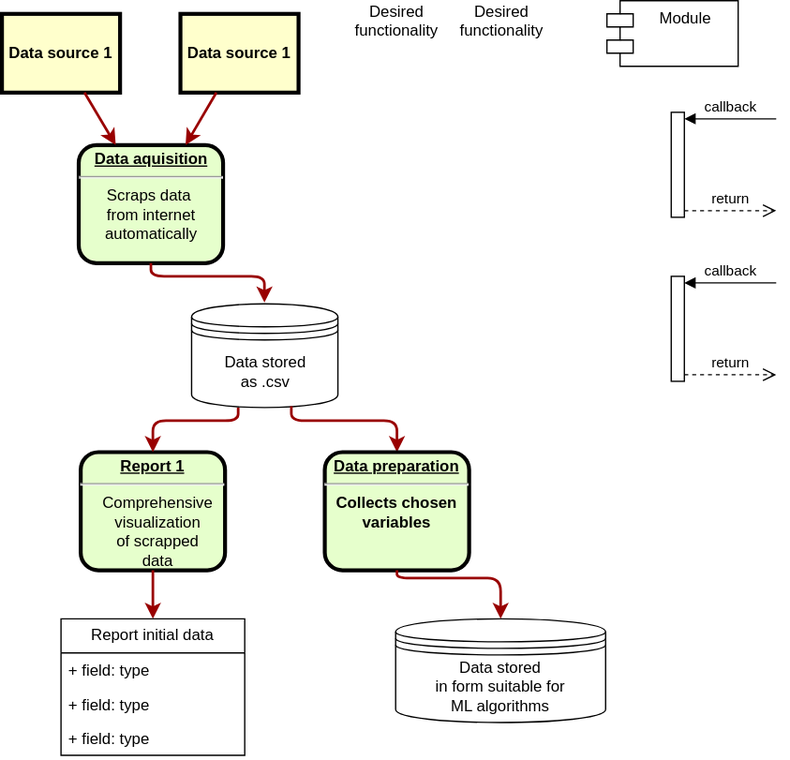
The draw.io diagram readme/Kopia Diagram bez tytułu.drawio.svg in KKobuszewski/aluminium-prediction, before a commit. Source tidied: cells renumbered, new cells last; positions are measured from the earlier drawing's top-left corner, leaving out a move shared by most shapes.
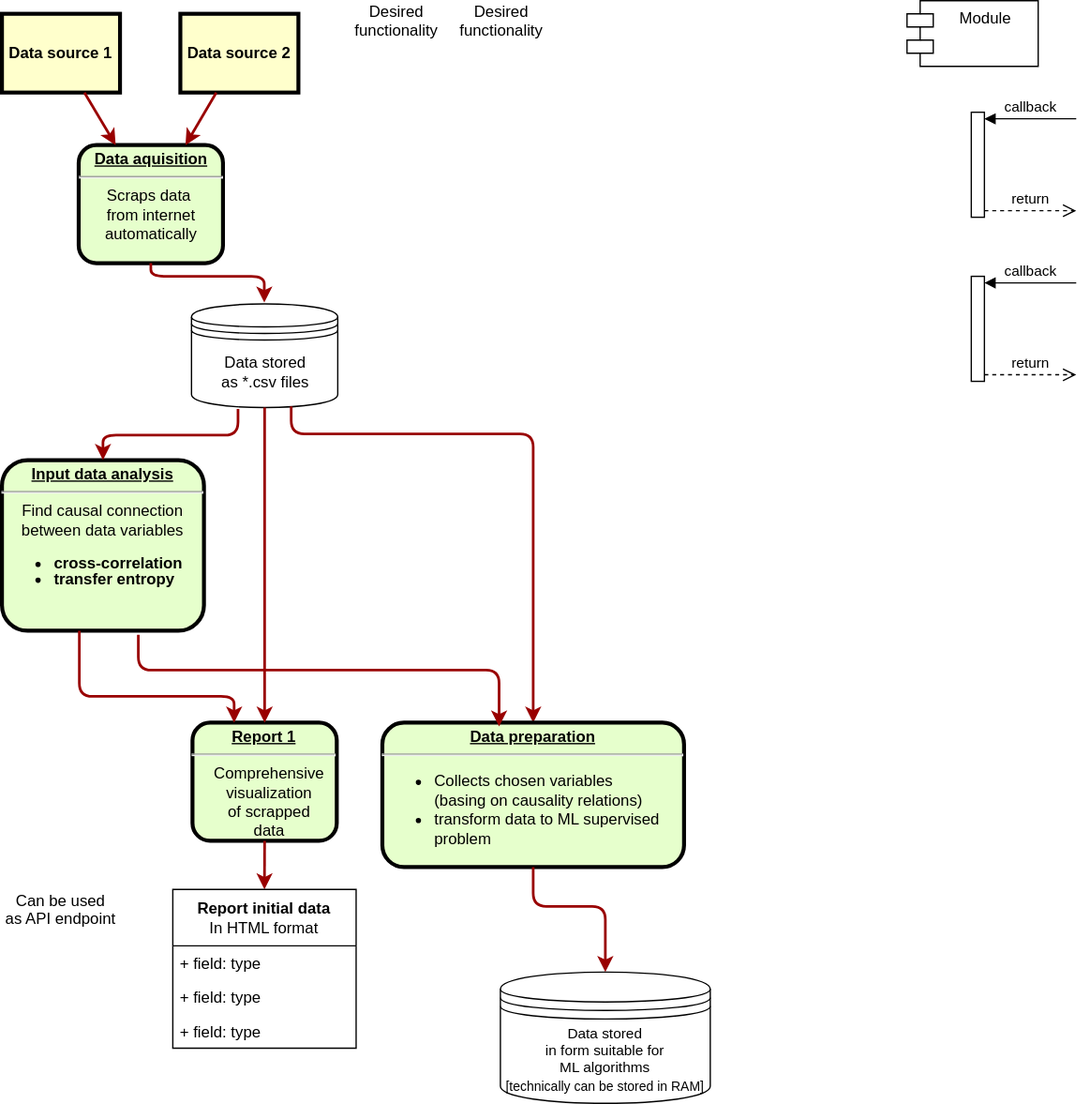
After the change.

The edit, as a diff of the source:
```diff
@@ -5,14 +5,14 @@
     <mxCell id="2" value="&lt;p style=&quot;margin: 0px; margin-top: 4px; text-align: center; text-decoration: underline;&quot;&gt;&lt;strong&gt;Data aquisition&lt;br&gt;&lt;/strong&gt;&lt;/p&gt;&lt;hr&gt;&lt;div&gt;&lt;span style=&quot;font-weight: normal;&quot;&gt;Scraps data&amp;nbsp;&lt;/span&gt;&lt;/div&gt;&lt;div&gt;&lt;span style=&quot;font-weight: normal;&quot;&gt;from internet&lt;/span&gt;&lt;/div&gt;&lt;div&gt;&lt;span style=&quot;font-weight: normal;&quot;&gt;automatically&lt;/span&gt;&lt;/div&gt;" style="verticalAlign=middle;align=center;overflow=fill;fontSize=12;fontFamily=Helvetica;html=1;rounded=1;fontStyle=1;strokeWidth=3;fillColor=#E6FFCC;" parent="1" vertex="1">
       <mxGeometry x="58.5" y="110" width="110" height="90" as="geometry" />
     </mxCell>
-    <mxCell id="3" value="Data source 1" style="whiteSpace=wrap;align=center;verticalAlign=middle;fontStyle=1;strokeWidth=3;fillColor=#FFFFCC;" parent="1" vertex="1">
+    <mxCell id="3" value="Data source 2" style="whiteSpace=wrap;align=center;verticalAlign=middle;fontStyle=1;strokeWidth=3;fillColor=#FFFFCC;" parent="1" vertex="1">
       <mxGeometry x="136" y="10" width="90" height="60" as="geometry" />
     </mxCell>
     <mxCell id="4" value="Data source 1" style="whiteSpace=wrap;align=center;verticalAlign=middle;fontStyle=1;strokeWidth=3;fillColor=#FFFFCC;" parent="1" vertex="1">
       <mxGeometry y="10" width="90" height="60" as="geometry" />
     </mxCell>
     <mxCell id="5" value="&lt;p style=&quot;margin: 0px; margin-top: 4px; text-align: center; text-decoration: underline;&quot;&gt;&lt;strong&gt;Report 1&lt;br&gt;&lt;/strong&gt;&lt;/p&gt;&lt;hr&gt;&lt;p style=&quot;margin: 0px; margin-left: 8px;&quot;&gt;&lt;span style=&quot;font-weight: normal;&quot;&gt;Comprehensive&lt;/span&gt;&lt;/p&gt;&lt;p style=&quot;margin: 0px; margin-left: 8px;&quot;&gt;&lt;span style=&quot;font-weight: normal;&quot;&gt;visualization&lt;/span&gt;&lt;/p&gt;&lt;p style=&quot;margin: 0px; margin-left: 8px;&quot;&gt;&lt;span style=&quot;font-weight: normal;&quot;&gt;of scrapped&lt;/span&gt;&lt;/p&gt;&lt;p style=&quot;margin: 0px; margin-left: 8px;&quot;&gt;&lt;span style=&quot;font-weight: normal;&quot;&gt;data&lt;/span&gt;&lt;br&gt;&lt;/p&gt;" style="verticalAlign=middle;align=center;overflow=fill;fontSize=12;fontFamily=Helvetica;html=1;rounded=1;fontStyle=1;strokeWidth=3;fillColor=#E6FFCC;" parent="1" vertex="1">
-      <mxGeometry x="60" y="344" width="110" height="90" as="geometry" />
+      <mxGeometry x="145.2" y="550" width="110" height="90" as="geometry" />
     </mxCell>
     <mxCell id="6" style="edgeStyle=none;noEdgeStyle=1;strokeColor=#990000;strokeWidth=2;" parent="1" edge="1" source="3" target="2">
       <mxGeometry relative="1" as="geometry" />
@@ -35,22 +35,22 @@
       </mxGeometry>
     </mxCell>
     <mxCell id="11" value="Module" style="shape=module;align=left;spacingLeft=20;align=center;verticalAlign=top;whiteSpace=wrap;html=1;" parent="1" vertex="1">
-      <mxGeometry x="461" width="100" height="50" as="geometry" />
+      <mxGeometry x="690" width="100" height="50" as="geometry" />
     </mxCell>
     <mxCell id="12" style="html=1;points=[[0,0,0,0,5],[0,1,0,0,-5],[1,0,0,0,5],[1,1,0,0,-5]];perimeter=orthogonalPerimeter;outlineConnect=0;targetShapes=umlLifeline;portConstraint=eastwest;newEdgeStyle={&quot;curved&quot;:0,&quot;rounded&quot;:0};" parent="1" vertex="1">
-      <mxGeometry x="510" y="85" width="10" height="80" as="geometry" />
+      <mxGeometry x="739" y="85" width="10" height="80" as="geometry" />
     </mxCell>
     <mxCell id="13" value="callback" style="html=1;verticalAlign=bottom;endArrow=block;curved=0;rounded=0;entryX=1;entryY=0;entryDx=0;entryDy=5;" parent="1" edge="1" target="12">
       <mxGeometry relative="1" as="geometry">
-        <mxPoint x="590" y="90" as="sourcePoint" />
+        <mxPoint x="819" y="90" as="sourcePoint" />
       </mxGeometry>
     </mxCell>
     <mxCell id="14" value="return" style="html=1;verticalAlign=bottom;endArrow=open;dashed=1;endSize=8;curved=0;rounded=0;exitX=1;exitY=1;exitDx=0;exitDy=-5;" parent="1" edge="1" source="12">
       <mxGeometry relative="1" as="geometry">
-        <mxPoint x="590" y="160" as="targetPoint" />
+        <mxPoint x="819" y="160" as="targetPoint" />
       </mxGeometry>
     </mxCell>
-    <mxCell id="15" value="&lt;div&gt;Data stored&lt;/div&gt;&lt;div&gt;as .csv&lt;br&gt;&lt;/div&gt;" style="shape=datastore;whiteSpace=wrap;html=1;" parent="1" vertex="1">
+    <mxCell id="15" value="&lt;div&gt;Data stored&lt;/div&gt;&lt;div&gt;as *.csv files&lt;br&gt;&lt;/div&gt;" style="shape=datastore;whiteSpace=wrap;html=1;" parent="1" vertex="1">
       <mxGeometry x="144.5" y="231" width="111.5" height="79" as="geometry" />
     </mxCell>
     <mxCell id="16" style="edgeStyle=none;noEdgeStyle=1;strokeColor=#990000;strokeWidth=2;exitX=0.5;exitY=1;exitDx=0;exitDy=0;entryX=0.5;entryY=0;entryDx=0;entryDy=0;" parent="1" edge="1" source="5" target="18">
@@ -58,57 +58,81 @@
     </mxCell>
     <mxCell id="17" style="edgeStyle=elbowEdgeStyle;elbow=vertical;strokeColor=#990000;strokeWidth=2;entryX=0.5;entryY=0;entryDx=0;entryDy=0;" parent="1" edge="1" target="5">
       <mxGeometry relative="1" as="geometry">
-        <mxPoint x="180" y="310" as="sourcePoint" />
+        <mxPoint x="200.2" y="310" as="sourcePoint" />
         <Array as="points">
-          <mxPoint x="150" y="320" />
+          <mxPoint x="170.2" y="320" />
         </Array>
       </mxGeometry>
     </mxCell>
-    <mxCell id="18" value="Report initial data" style="swimlane;fontStyle=0;horizontal=1;startSize=26;fillColor=none;whiteSpace=wrap;html=1;" parent="1" vertex="1">
-      <mxGeometry x="45" y="471" width="140" height="104" as="geometry" />
+    <mxCell id="18" value="&lt;div&gt;&lt;b&gt;Report initial data&lt;/b&gt;&lt;br&gt;In HTML format&lt;br&gt;&lt;/div&gt;" style="swimlane;fontStyle=0;horizontal=1;startSize=43;fillColor=none;whiteSpace=wrap;html=1;" parent="1" vertex="1">
+      <mxGeometry x="130.2" y="677" width="139.8" height="121" as="geometry" />
     </mxCell>
     <mxCell id="19" value="+ field: type" style="text;strokeColor=none;fillColor=none;align=left;verticalAlign=top;spacingLeft=4;spacingRight=4;overflow=hidden;whiteSpace=wrap;html=1;" parent="18" vertex="1">
-      <mxGeometry y="26" width="140" height="26" as="geometry" />
+      <mxGeometry y="43" width="139.8" height="26" as="geometry" />
     </mxCell>
     <mxCell id="20" value="+ field: type" style="text;strokeColor=none;fillColor=none;align=left;verticalAlign=top;spacingLeft=4;spacingRight=4;overflow=hidden;whiteSpace=wrap;html=1;" parent="18" vertex="1">
-      <mxGeometry y="52" width="140" height="26" as="geometry" />
+      <mxGeometry y="69" width="139.8" height="26" as="geometry" />
     </mxCell>
     <mxCell id="21" value="+ field: type" style="text;strokeColor=none;fillColor=none;align=left;verticalAlign=top;spacingLeft=4;spacingRight=4;overflow=hidden;whiteSpace=wrap;html=1;" parent="18" vertex="1">
-      <mxGeometry y="78" width="140" height="26" as="geometry" />
+      <mxGeometry y="95" width="139.8" height="26" as="geometry" />
     </mxCell>
     <mxCell id="22" style="edgeStyle=elbowEdgeStyle;elbow=vertical;strokeColor=#990000;strokeWidth=2;entryX=0.5;entryY=0;entryDx=0;entryDy=0;" parent="1" edge="1" target="23">
       <mxGeometry relative="1" as="geometry">
         <mxPoint x="220.5" y="309" as="sourcePoint" />
         <Array as="points">
-          <mxPoint x="260" y="320" />
+          <mxPoint x="290" y="330" />
         </Array>
       </mxGeometry>
     </mxCell>
-    <mxCell id="23" value="&lt;p style=&quot;margin: 0px; margin-top: 4px; text-align: center; text-decoration: underline;&quot;&gt;&lt;strong&gt;Data preparation&lt;br&gt;&lt;/strong&gt;&lt;/p&gt;&lt;hr&gt;&lt;div&gt;Collects chosen&lt;/div&gt;&lt;div&gt;variables &lt;br&gt;&lt;/div&gt;" style="verticalAlign=middle;align=center;overflow=fill;fontSize=12;fontFamily=Helvetica;html=1;rounded=1;fontStyle=1;strokeWidth=3;fillColor=#E6FFCC;" parent="1" vertex="1">
-      <mxGeometry x="246" y="344" width="110" height="90" as="geometry" />
+    <mxCell id="23" value="&lt;p style=&quot;margin: 0px; margin-top: 4px; text-align: center; text-decoration: underline;&quot;&gt;&lt;strong&gt;Data preparation&lt;br&gt;&lt;/strong&gt;&lt;/p&gt;&lt;hr&gt;&lt;div align=&quot;left&quot;&gt;&lt;ul&gt;&lt;li&gt;&lt;span style=&quot;font-weight: normal;&quot;&gt;Collects chosen variables&lt;br&gt;(basing on causality relations)&lt;/span&gt;&lt;/li&gt;&lt;li&gt;&lt;span style=&quot;font-weight: normal;&quot;&gt;transform data to ML supervised&lt;br&gt;problem&lt;br&gt;&lt;/span&gt;&lt;/li&gt;&lt;/ul&gt;&lt;/div&gt;&lt;div&gt;&lt;span style=&quot;font-weight: normal;&quot;&gt;&lt;br&gt;&lt;/span&gt; &lt;/div&gt;" style="verticalAlign=middle;align=center;overflow=fill;fontSize=12;fontFamily=Helvetica;html=1;rounded=1;fontStyle=1;strokeWidth=3;fillColor=#E6FFCC;" parent="1" vertex="1">
+      <mxGeometry x="290" y="550" width="230" height="110" as="geometry" />
     </mxCell>
-    <mxCell id="24" value="&lt;div&gt;Data stored&lt;/div&gt;&lt;div&gt;in form suitable for&lt;br&gt;&lt;/div&gt;ML algorithms" style="shape=datastore;whiteSpace=wrap;html=1;" parent="1" vertex="1">
-      <mxGeometry x="300" y="471" width="160" height="79" as="geometry" />
+    <mxCell id="24" value="&lt;div style=&quot;font-size: 11px;&quot;&gt;&lt;font style=&quot;font-size: 11px;&quot;&gt;Data stored&lt;/font&gt;&lt;/div&gt;&lt;div style=&quot;font-size: 11px;&quot;&gt;&lt;font style=&quot;font-size: 11px;&quot;&gt;in form suitable for&lt;br&gt;&lt;/font&gt;&lt;/div&gt;&lt;div style=&quot;font-size: 11px;&quot;&gt;&lt;font style=&quot;font-size: 11px;&quot;&gt;ML algorithms&lt;/font&gt;&lt;/div&gt;&lt;div&gt;&lt;font style=&quot;font-size: 10px;&quot;&gt;[technically can be stored in RAM]&lt;/font&gt;&lt;br&gt;&lt;/div&gt;" style="shape=datastore;whiteSpace=wrap;html=1;" parent="1" vertex="1">
+      <mxGeometry x="380" y="740" width="160" height="100" as="geometry" />
     </mxCell>
     <mxCell id="25" style="edgeStyle=elbowEdgeStyle;elbow=vertical;strokeColor=#990000;strokeWidth=2;entryX=0.5;entryY=0;entryDx=0;entryDy=0;exitX=0.5;exitY=1;exitDx=0;exitDy=0;" parent="1" edge="1" source="23" target="24">
       <mxGeometry relative="1" as="geometry">
         <Array as="points">
-          <mxPoint x="350" y="440" />
+          <mxPoint x="430" y="690" />
         </Array>
       </mxGeometry>
     </mxCell>
     <mxCell id="26" style="html=1;points=[[0,0,0,0,5],[0,1,0,0,-5],[1,0,0,0,5],[1,1,0,0,-5]];perimeter=orthogonalPerimeter;outlineConnect=0;targetShapes=umlLifeline;portConstraint=eastwest;newEdgeStyle={&quot;curved&quot;:0,&quot;rounded&quot;:0};" parent="1" vertex="1">
-      <mxGeometry x="510" y="210" width="10" height="80" as="geometry" />
+      <mxGeometry x="739" y="210" width="10" height="80" as="geometry" />
     </mxCell>
     <mxCell id="27" value="callback" style="html=1;verticalAlign=bottom;endArrow=block;curved=0;rounded=0;entryX=1;entryY=0;entryDx=0;entryDy=5;" parent="1" edge="1" target="26">
       <mxGeometry relative="1" as="geometry">
-        <mxPoint x="590" y="215" as="sourcePoint" />
+        <mxPoint x="819" y="215" as="sourcePoint" />
       </mxGeometry>
     </mxCell>
     <mxCell id="28" value="return" style="html=1;verticalAlign=bottom;endArrow=open;dashed=1;endSize=8;curved=0;rounded=0;exitX=1;exitY=1;exitDx=0;exitDy=-5;" parent="1" edge="1" source="26">
       <mxGeometry relative="1" as="geometry">
-        <mxPoint x="590" y="285" as="targetPoint" />
+        <mxPoint x="819" y="285" as="targetPoint" />
       </mxGeometry>
     </mxCell>
+    <mxCell id="29" value="&lt;p style=&quot;margin: 0px; margin-top: 4px; text-align: center; text-decoration: underline;&quot;&gt;&lt;strong&gt;Input data analysis&lt;br&gt;&lt;/strong&gt;&lt;/p&gt;&lt;hr&gt;&lt;div&gt;&lt;span style=&quot;font-weight: normal;&quot;&gt;Find causal connection&lt;/span&gt;&lt;/div&gt;&lt;div&gt;&lt;span style=&quot;font-weight: normal;&quot;&gt;between data variables&lt;/span&gt;&lt;/div&gt;&lt;div style=&quot;line-height: 100%;&quot; align=&quot;left&quot;&gt;&lt;ul style=&quot;line-height: 100%;&quot;&gt;&lt;li&gt;cross-correlation&lt;br&gt;&lt;/li&gt;&lt;li&gt;transfer entropy&lt;br&gt;&lt;/li&gt;&lt;/ul&gt;&lt;/div&gt;" style="verticalAlign=middle;align=center;overflow=fill;fontSize=12;fontFamily=Helvetica;html=1;rounded=1;fontStyle=1;strokeWidth=3;fillColor=#E6FFCC;" parent="1" vertex="1">
+      <mxGeometry y="350" width="154" height="130" as="geometry" />
+    </mxCell>
+    <mxCell id="30" style="edgeStyle=elbowEdgeStyle;elbow=vertical;strokeColor=#990000;strokeWidth=2;exitX=0.318;exitY=1.013;exitDx=0;exitDy=0;exitPerimeter=0;entryX=0.5;entryY=0;entryDx=0;entryDy=0;" parent="1" edge="1" source="15" target="29">
+      <mxGeometry relative="1" as="geometry" />
+    </mxCell>
+    <mxCell id="31" style="edgeStyle=elbowEdgeStyle;elbow=vertical;strokeColor=#990000;strokeWidth=2;exitX=0.675;exitY=1.023;exitDx=0;exitDy=0;exitPerimeter=0;entryX=0.387;entryY=0.027;entryDx=0;entryDy=0;entryPerimeter=0;" parent="1" edge="1" source="29" target="23">
+      <mxGeometry relative="1" as="geometry">
+        <Array as="points">
+          <mxPoint x="240" y="510" />
+        </Array>
+      </mxGeometry>
+    </mxCell>
+    <mxCell id="32" style="edgeStyle=elbowEdgeStyle;elbow=vertical;strokeColor=#990000;strokeWidth=2;exitX=0.383;exitY=1;exitDx=0;exitDy=0;exitPerimeter=0;" parent="1" edge="1" source="29">
+      <mxGeometry relative="1" as="geometry">
+        <mxPoint x="177" y="550" as="targetPoint" />
+        <Array as="points">
+          <mxPoint x="120" y="530" />
+        </Array>
+      </mxGeometry>
+    </mxCell>
+    <mxCell id="33" value="Can be used&#10;as API endpoint&#10;" style="text;spacingTop=-5;align=center;" parent="1" vertex="1">
+      <mxGeometry x="30" y="677" width="30" height="20" as="geometry" />
+    </mxCell>
   </root>
 </mxGraphModel>
```
